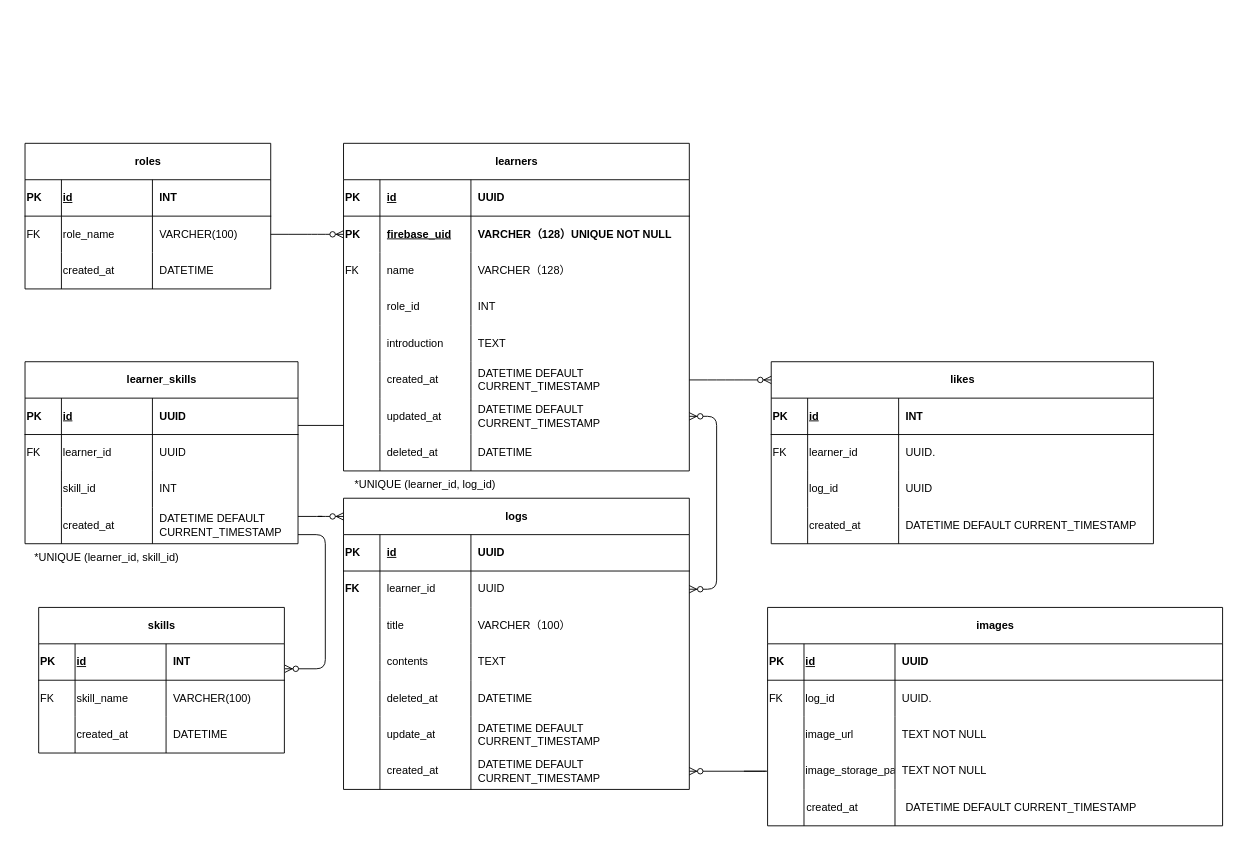
Above: docs/.drawio in ERIKOABE-hub/Logddy (draw.io), before the change. Source tidied: cells renumbered, new cells numbered last; positions are measured from the earlier drawing's top-left corner, leaving out a move shared by most shapes. Both pictures are drawn from the tidied source at 91%, with x=0, y=0 at pixel (15, 15).
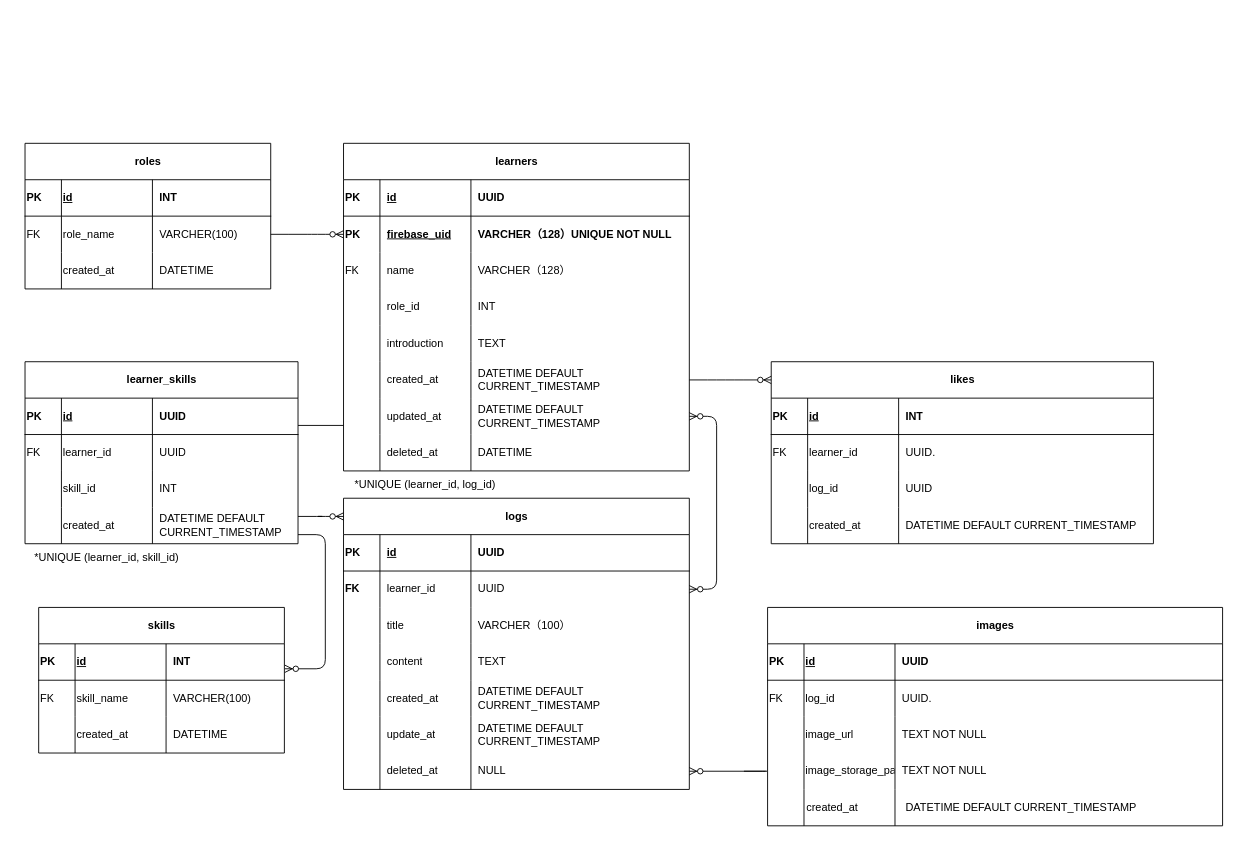
Above is the later version.

Commit message:
fix: ログテーブルのカラムを修正

The change refers to these unchanged cells:
```xml
<mxCell id="71" style="shape=tableRow;horizontal=0;startSize=0;swimlaneHead=0;swimlaneBody=0;fillColor=none;top=0;left=0;right=0;bottom=0;fontFamily=Helvetica;align=left;" parent="58" vertex="1">
  <mxGeometry y="160" width="380" height="40" as="geometry" />
</mxCell>
<mxCell id="75" style="shape=tableRow;horizontal=0;startSize=0;swimlaneHead=0;swimlaneBody=0;fillColor=none;top=0;left=0;right=0;bottom=0;fontFamily=Helvetica;align=left;" parent="58" vertex="1">
  <mxGeometry y="200" width="380" height="40" as="geometry" />
</mxCell>
<mxCell id="83" style="shape=tableRow;horizontal=0;startSize=0;swimlaneHead=0;swimlaneBody=0;fillColor=none;points=[[0,0.5],[1,0.5]];portConstraint=eastwest;top=0;left=0;right=0;bottom=0;fontFamily=Helvetica;align=left;" parent="58" vertex="1">
  <mxGeometry y="280" width="380" height="40" as="geometry" />
</mxCell>
```

What changed in the source:
```diff
@@
-    <mxCell id="73" value="contents" style="shape=partialRectangle;fillColor=none;top=0;left=0;bottom=0;right=0;align=left;spacingLeft=6;overflow=hidden;whiteSpace=wrap;html=1;fontFamily=Helvetica;" parent="71" vertex="1">
+    <mxCell id="73" value="content" style="shape=partialRectangle;fillColor=none;top=0;left=0;bottom=0;right=0;align=left;spacingLeft=6;overflow=hidden;whiteSpace=wrap;html=1;fontFamily=Helvetica;" parent="71" vertex="1">
       <mxGeometry x="40" width="100" height="40" as="geometry" />
     </mxCell>
@@
-    <mxCell id="77" value="deleted_at" style="shape=partialRectangle;fillColor=none;top=0;left=0;bottom=0;right=0;align=left;spacingLeft=6;overflow=hidden;whiteSpace=wrap;html=1;fontFamily=Helvetica;" parent="75" vertex="1">
+    <mxCell id="77" value="created_at" style="shape=partialRectangle;fillColor=none;top=0;left=0;bottom=0;right=0;align=left;spacingLeft=6;overflow=hidden;whiteSpace=wrap;html=1;fontFamily=Helvetica;" parent="75" vertex="1">
       <mxGeometry x="40" width="100" height="40" as="geometry" />
     </mxCell>
-    <mxCell id="78" value="DATETIME&amp;nbsp;" style="shape=partialRectangle;fillColor=none;top=0;left=0;bottom=0;right=0;align=left;spacingLeft=6;overflow=hidden;whiteSpace=wrap;html=1;fontFamily=Helvetica;" parent="75" vertex="1">
+    <mxCell id="78" value="&lt;span style=&quot;color: rgb(0, 0, 0);&quot;&gt;DATETIME DEFAULT CURRENT_TIMESTAMP&lt;/span&gt;" style="shape=partialRectangle;fillColor=none;top=0;left=0;bottom=0;right=0;align=left;spacingLeft=6;overflow=hidden;whiteSpace=wrap;html=1;fontFamily=Helvetica;" parent="75" vertex="1">
       <mxGeometry x="140" width="240" height="40" as="geometry" />
     </mxCell>
@@
-    <mxCell id="85" value="created_at" style="shape=partialRectangle;fillColor=none;top=0;left=0;bottom=0;right=0;align=left;spacingLeft=6;overflow=hidden;whiteSpace=wrap;html=1;fontFamily=Helvetica;" parent="83" vertex="1">
+    <mxCell id="85" value="deleted_at" style="shape=partialRectangle;fillColor=none;top=0;left=0;bottom=0;right=0;align=left;spacingLeft=6;overflow=hidden;whiteSpace=wrap;html=1;fontFamily=Helvetica;" parent="83" vertex="1">
       <mxGeometry x="40" width="100" height="40" as="geometry" />
     </mxCell>
-    <mxCell id="86" value="DATETIME DEFAULT CURRENT_TIMESTAMP" style="shape=partialRectangle;fillColor=none;top=0;left=0;bottom=0;right=0;align=left;spacingLeft=6;overflow=hidden;whiteSpace=wrap;html=1;fontFamily=Helvetica;" parent="83" vertex="1">
+    <mxCell id="86" value="NULL" style="shape=partialRectangle;fillColor=none;top=0;left=0;bottom=0;right=0;align=left;spacingLeft=6;overflow=hidden;whiteSpace=wrap;html=1;fontFamily=Helvetica;" parent="83" vertex="1">
       <mxGeometry x="140" width="240" height="40" as="geometry" />
     </mxCell>
```
